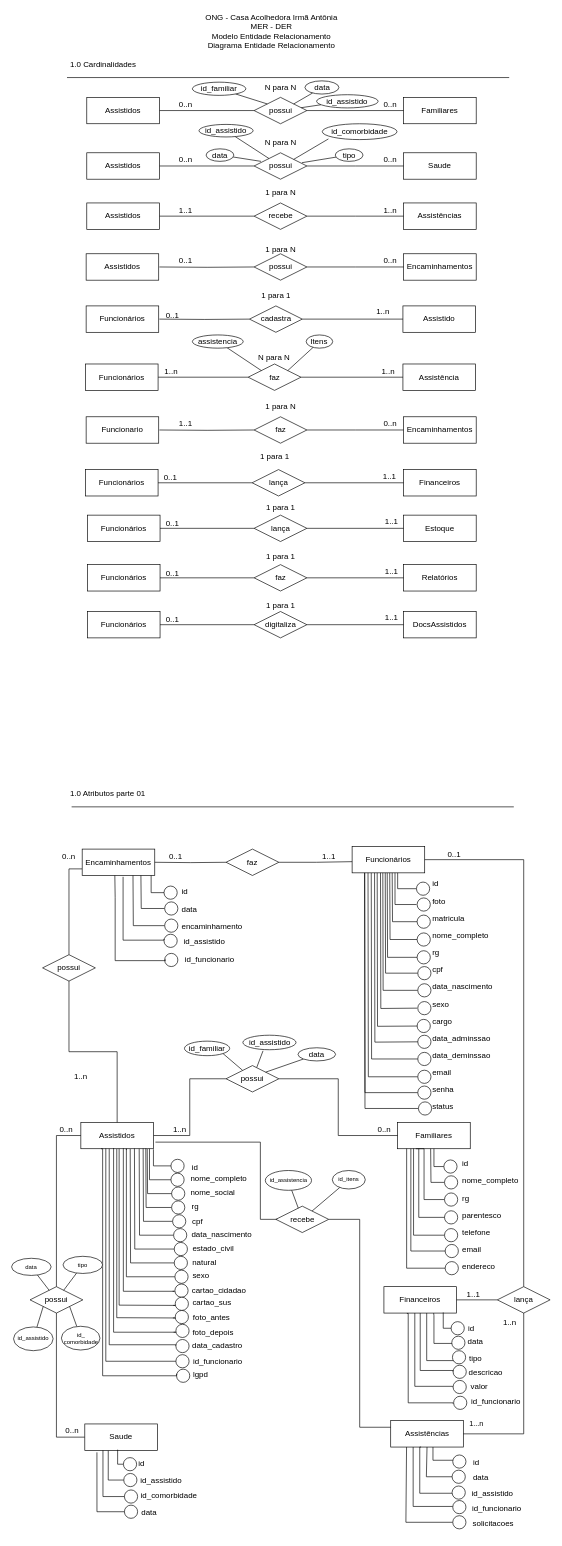
Above: DOCUMENTOS/EXECUCÃO/BANCO DE DADOS/MER e DER - CONCEITUAL.drawio in LeoImenes/Projeto-ONG (draw.io), before the change. Source tidied: cells renumbered, new cells numbered last; positions are measured from the earlier drawing's top-left corner, leaving out a move shared by most shapes. Both pictures are drawn from the tidied source at 66%, with x=0, y=0 at pixel (11, 11).
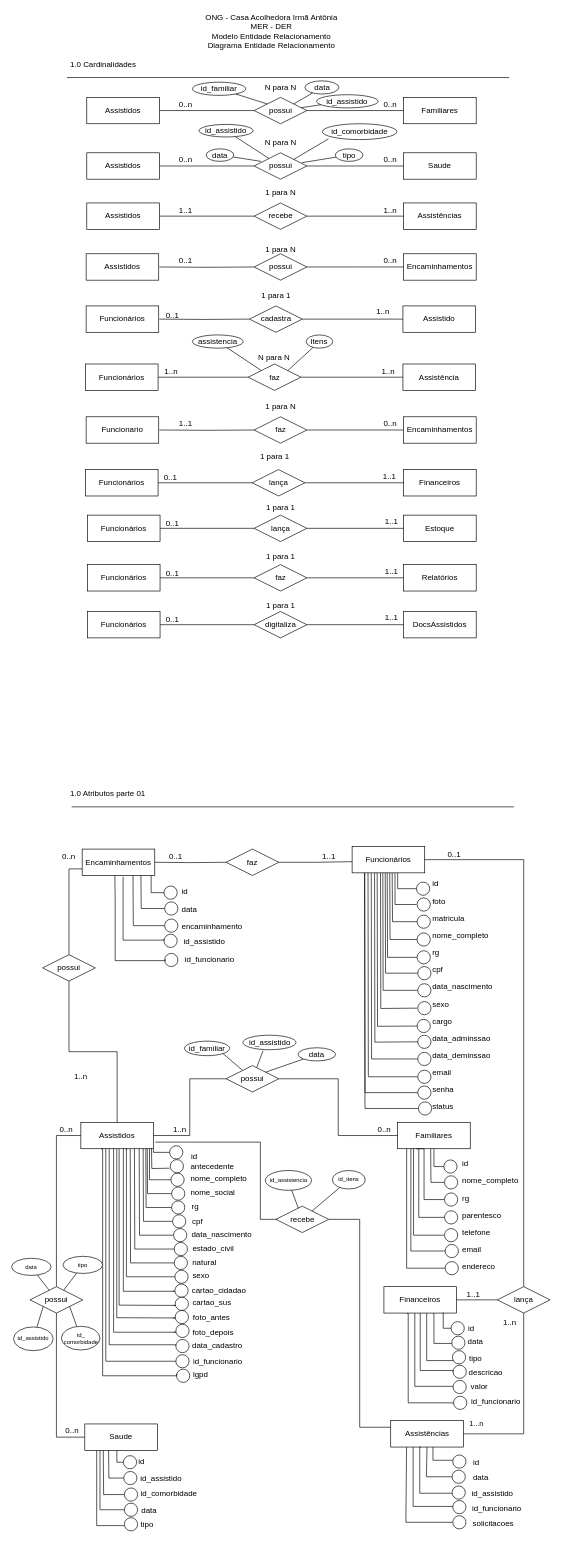
After the change.

The change refers to these unchanged cells:
```xml
<mxCell id="227" value="Saude" style="rounded=0;whiteSpace=wrap;html=1;" parent="1" vertex="1">
  <mxGeometry x="111" y="2140" width="110" height="40" as="geometry" />
</mxCell>
```

Diff of the diagram source:
```diff
@@
     <mxCell id="95" value="id" style="text;strokeColor=none;fillColor=none;align=left;verticalAlign=top;spacingLeft=4;spacingRight=4;overflow=hidden;" parent="1" vertex="1">
-      <mxGeometry x="267.5" y="1737" width="42.5" height="26" as="geometry" />
+      <mxGeometry x="266.5" y="1720.5" width="42.5" height="26" as="geometry" />
     </mxCell>
@@
     <mxCell id="97" style="ellipse;whiteSpace=wrap;html=1;" parent="1" vertex="1">
-      <mxGeometry x="241.5" y="1739" width="20" height="20" as="geometry" />
+      <mxGeometry x="239.5" y="1718.5" width="20" height="20" as="geometry" />
     </mxCell>
@@
     <mxCell id="228" value="id" style="text;strokeColor=none;fillColor=none;align=left;verticalAlign=top;spacingLeft=4;spacingRight=4;overflow=hidden;" parent="1" vertex="1">
-      <mxGeometry x="186.5" y="2186" width="93" height="26" as="geometry" />
+      <mxGeometry x="186.5" y="2183" width="93" height="26" as="geometry" />
     </mxCell>
     <mxCell id="229" value="id_assistido" style="text;strokeColor=none;fillColor=none;align=left;verticalAlign=top;spacingLeft=4;spacingRight=4;overflow=hidden;" parent="1" vertex="1">
-      <mxGeometry x="189.5" y="2212" width="109" height="26" as="geometry" />
+      <mxGeometry x="189.5" y="2209" width="109" height="26" as="geometry" />
     </mxCell>
-    <mxCell id="230" style="edgeStyle=orthogonalEdgeStyle;rounded=0;jettySize=auto;html=1;exitX=0;exitY=0.5;exitDx=0;exitDy=0;endArrow=none;endFill=0;entryX=0.452;entryY=0.974;entryDx=0;entryDy=0;entryPerimeter=0;" parent="1" edge="1" source="231" target="227">
+    <mxCell id="230" style="edgeStyle=orthogonalEdgeStyle;rounded=0;jettySize=auto;html=1;exitX=0;exitY=0.5;exitDx=0;exitDy=0;endArrow=none;endFill=0;entryX=0.442;entryY=1.017;entryDx=0;entryDy=0;entryPerimeter=0;" parent="1" edge="1" source="231" target="227">
       <mxGeometry relative="1" as="geometry" />
     </mxCell>
     <mxCell id="231" style="ellipse;whiteSpace=wrap;html=1;" parent="1" vertex="1">
-      <mxGeometry x="169.5" y="2191" width="20" height="20" as="geometry" />
+      <mxGeometry x="169.5" y="2188" width="20" height="20" as="geometry" />
     </mxCell>
-    <mxCell id="232" style="rounded=0;jettySize=auto;html=1;exitX=0;exitY=0.5;exitDx=0;exitDy=0;entryX=0.323;entryY=1.013;entryDx=0;entryDy=0;endArrow=none;endFill=0;edgeStyle=orthogonalEdgeStyle;entryPerimeter=0;" parent="1" edge="1" source="233" target="227">
-      <mxGeometry relative="1" as="geometry" />
+    <mxCell id="232" style="rounded=0;jettySize=auto;html=1;exitX=0;exitY=0.5;exitDx=0;exitDy=0;endArrow=none;endFill=0;edgeStyle=orthogonalEdgeStyle;" parent="1" edge="1" source="233">
+      <mxGeometry relative="1" as="geometry">
+        <mxPoint x="147" y="2180" as="targetPoint" />
+      </mxGeometry>
     </mxCell>
     <mxCell id="233" style="ellipse;whiteSpace=wrap;html=1;" parent="1" vertex="1">
-      <mxGeometry x="170" y="2215" width="20" height="20" as="geometry" />
+      <mxGeometry x="170" y="2212" width="20" height="20" as="geometry" />
     </mxCell>
     <mxCell id="234" value="id_comorbidade" style="text;strokeColor=none;fillColor=none;align=left;verticalAlign=top;spacingLeft=4;spacingRight=4;overflow=hidden;" parent="1" vertex="1">
-      <mxGeometry x="190" y="2235" width="109" height="26" as="geometry" />
+      <mxGeometry x="190" y="2232" width="109" height="26" as="geometry" />
     </mxCell>
     <mxCell id="235" style="ellipse;whiteSpace=wrap;html=1;" parent="1" vertex="1">
-      <mxGeometry x="171" y="2240" width="20" height="20" as="geometry" />
+      <mxGeometry x="171" y="2237" width="20" height="20" as="geometry" />
     </mxCell>
-    <mxCell id="236" style="rounded=0;jettySize=auto;html=1;exitX=0;exitY=0.5;exitDx=0;exitDy=0;entryX=0.25;entryY=1;entryDx=0;entryDy=0;endArrow=none;endFill=0;edgeStyle=orthogonalEdgeStyle;" parent="1" edge="1" source="235" target="227">
-      <mxGeometry relative="1" as="geometry" />
+    <mxCell id="236" style="rounded=0;jettySize=auto;html=1;exitX=0;exitY=0.5;exitDx=0;exitDy=0;endArrow=none;endFill=0;edgeStyle=orthogonalEdgeStyle;" parent="1" edge="1" source="235">
+      <mxGeometry relative="1" as="geometry">
+        <mxPoint x="139" y="2180" as="targetPoint" />
+      </mxGeometry>
     </mxCell>
@@
     <mxCell id="313" value="data" style="text;strokeColor=none;fillColor=none;align=left;verticalAlign=top;spacingLeft=4;spacingRight=4;overflow=hidden;" parent="1" vertex="1">
-      <mxGeometry x="191" y="2260" width="73" height="26" as="geometry" />
+      <mxGeometry x="191" y="2257" width="73" height="26" as="geometry" />
     </mxCell>
     <mxCell id="314" style="ellipse;whiteSpace=wrap;html=1;" parent="1" vertex="1">
-      <mxGeometry x="171" y="2263" width="20" height="20" as="geometry" />
+      <mxGeometry x="171" y="2260" width="20" height="20" as="geometry" />
     </mxCell>
-    <mxCell id="315" style="rounded=0;jettySize=auto;html=1;exitX=0;exitY=0.5;exitDx=0;exitDy=0;entryX=0.167;entryY=1.075;entryDx=0;entryDy=0;endArrow=none;endFill=0;edgeStyle=orthogonalEdgeStyle;entryPerimeter=0;" parent="1" edge="1" source="314" target="227">
-      <mxGeometry relative="1" as="geometry" />
+    <mxCell id="315" style="rounded=0;jettySize=auto;html=1;exitX=0;exitY=0.5;exitDx=0;exitDy=0;endArrow=none;endFill=0;edgeStyle=orthogonalEdgeStyle;" parent="1" edge="1" source="314">
+      <mxGeometry relative="1" as="geometry">
+        <mxPoint x="134" y="2180" as="targetPoint" />
+        <Array as="points">
+          <mxPoint x="134" y="2270" />
+          <mxPoint x="134" y="2180" />
+        </Array>
+      </mxGeometry>
     </mxCell>
@@
+    <mxCell id="339" style="ellipse;whiteSpace=wrap;html=1;" parent="1" vertex="1">
+      <mxGeometry x="171" y="2282" width="20" height="20" as="geometry" />
+    </mxCell>
+    <mxCell id="340" value="tipo" style="text;strokeColor=none;fillColor=none;align=left;verticalAlign=top;spacingLeft=4;spacingRight=4;overflow=hidden;" parent="1" vertex="1">
+      <mxGeometry x="190" y="2279" width="73" height="26" as="geometry" />
+    </mxCell>
+    <mxCell id="341" style="rounded=0;jettySize=auto;html=1;exitX=0;exitY=0.5;exitDx=0;exitDy=0;endArrow=none;endFill=0;edgeStyle=orthogonalEdgeStyle;entryX=0.164;entryY=1.017;entryDx=0;entryDy=0;entryPerimeter=0;" parent="1" edge="1" target="227">
+      <mxGeometry relative="1" as="geometry">
+        <mxPoint x="171" y="2294" as="sourcePoint" />
+        <Array as="points">
+          <mxPoint x="129" y="2294" />
+        </Array>
+      </mxGeometry>
+    </mxCell>
+    <mxCell id="342" value="antecedente" style="text;strokeColor=none;fillColor=none;align=left;verticalAlign=top;spacingLeft=4;spacingRight=4;overflow=hidden;" parent="1" vertex="1">
+      <mxGeometry x="265.5" y="1736.5" width="86.5" height="26" as="geometry" />
+    </mxCell>
+    <mxCell id="343" style="ellipse;whiteSpace=wrap;html=1;" parent="1" vertex="1">
+      <mxGeometry x="240.5" y="1739.5" width="20" height="20" as="geometry" />
+    </mxCell>
+    <mxCell id="344" style="edgeStyle=orthogonalEdgeStyle;rounded=0;orthogonalLoop=1;jettySize=auto;html=1;exitX=0;exitY=0.5;exitDx=0;exitDy=0;endArrow=none;endFill=0;" parent="1" edge="1">
+      <mxGeometry relative="1" as="geometry">
+        <mxPoint x="239.5" y="1752.5" as="sourcePoint" />
+        <mxPoint x="212" y="1722" as="targetPoint" />
+      </mxGeometry>
+    </mxCell>
```
